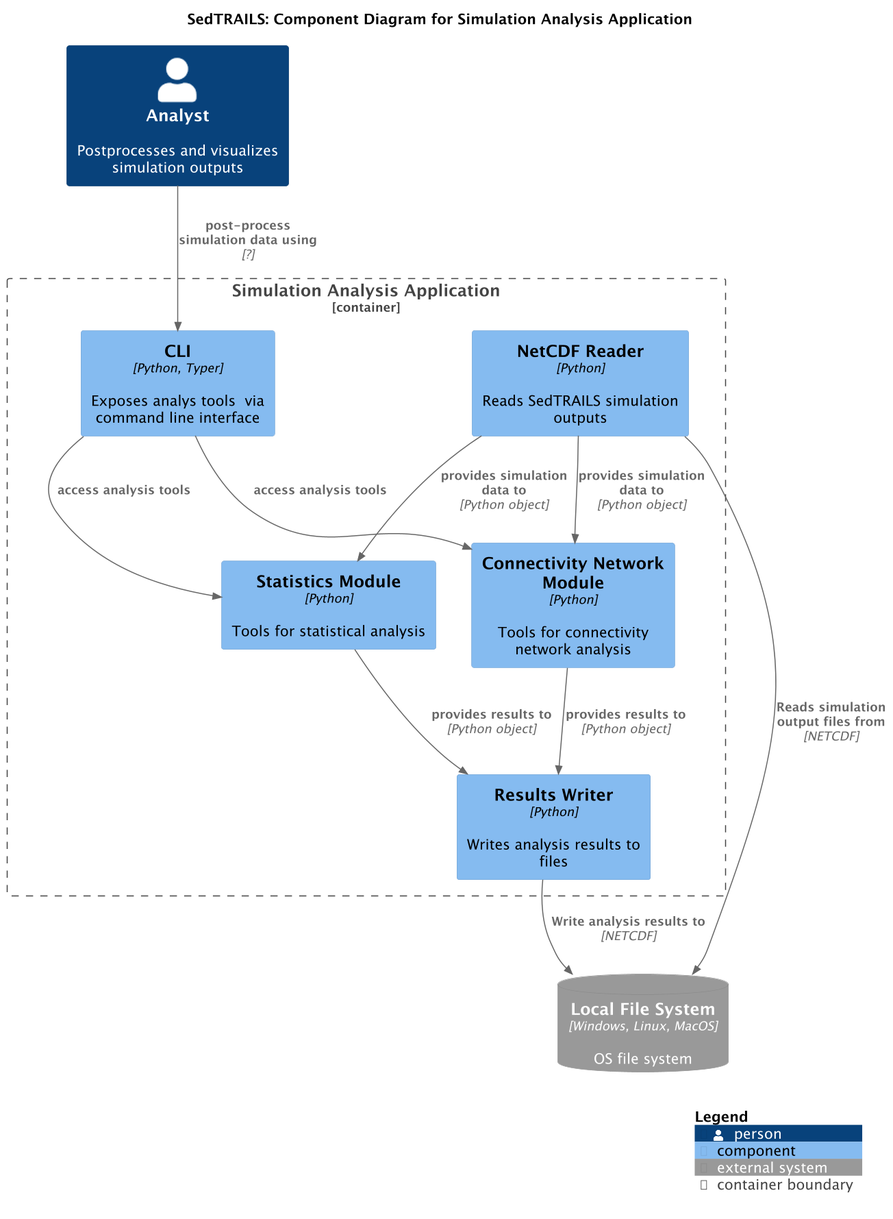
The PlantUML diagram docs/_static/img/architecture/SedtrailComponentsAnalysis.png in sgpearson17/sedtrails-sgp, before a commit.
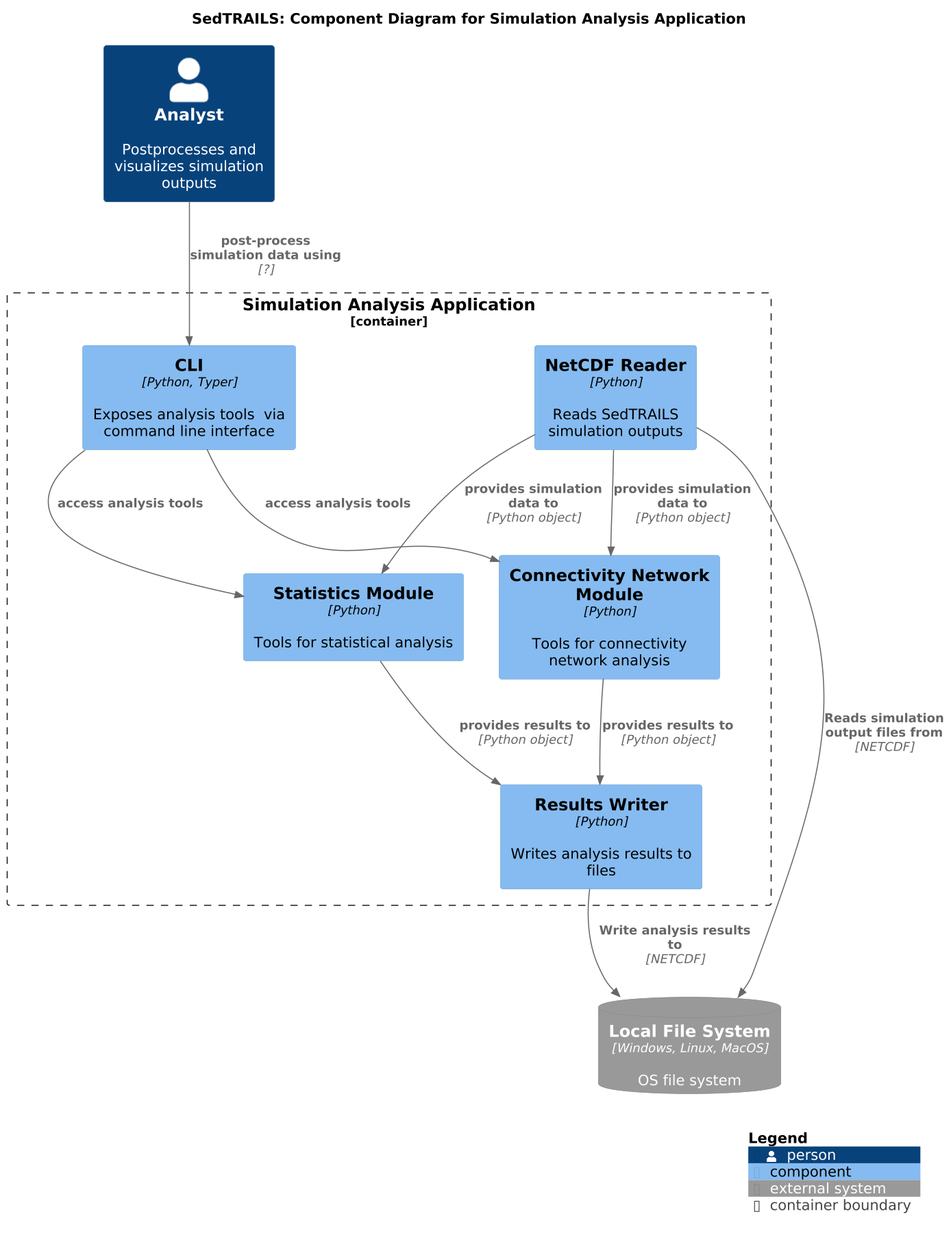
Above is the later version.

What changed in the source:
```diff
@@ -15,7 +15,7 @@
     Component(fileWriter, "Results Writer", "Python", "Writes analysis results to files")
     Component(statistics, "Statistics Module", "Python", "Tools for statistical analysis")
     Component(connectivity, "Connectivity Network Module", "Python", "Tools for connectivity network analysis")
-    Component(cli, "CLI", "Python, Typer", "Exposes analys tools  via command line interface")
+    Component(cli, "CLI", "Python, Typer", "Exposes analysis tools  via command line interface")
 
     Rel(fileReader, statistics, "provides simulation data to", "Python object")
     Rel(fileReader, connectivity, "provides simulation data to", "Python object")
```
